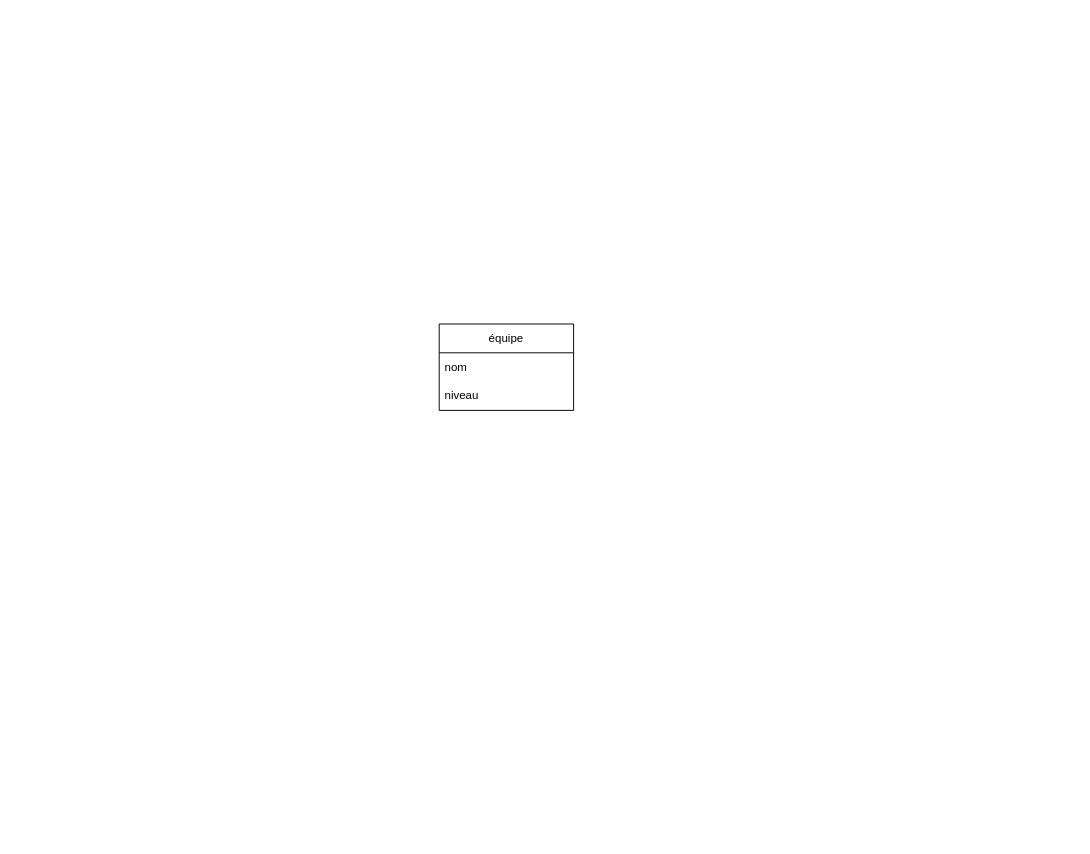
The draw.io diagram MCD_Planar.drawio in Zidane-ETML/P_REMED_APPRO, before the edit. Source tidied: cells renumbered, new cells numbered last; positions are measured from the earlier drawing's top-left corner, leaving out a move shared by most shapes. Both pictures are drawn from the tidied source at 96%, with x=0, y=0 at pixel (439, 324).
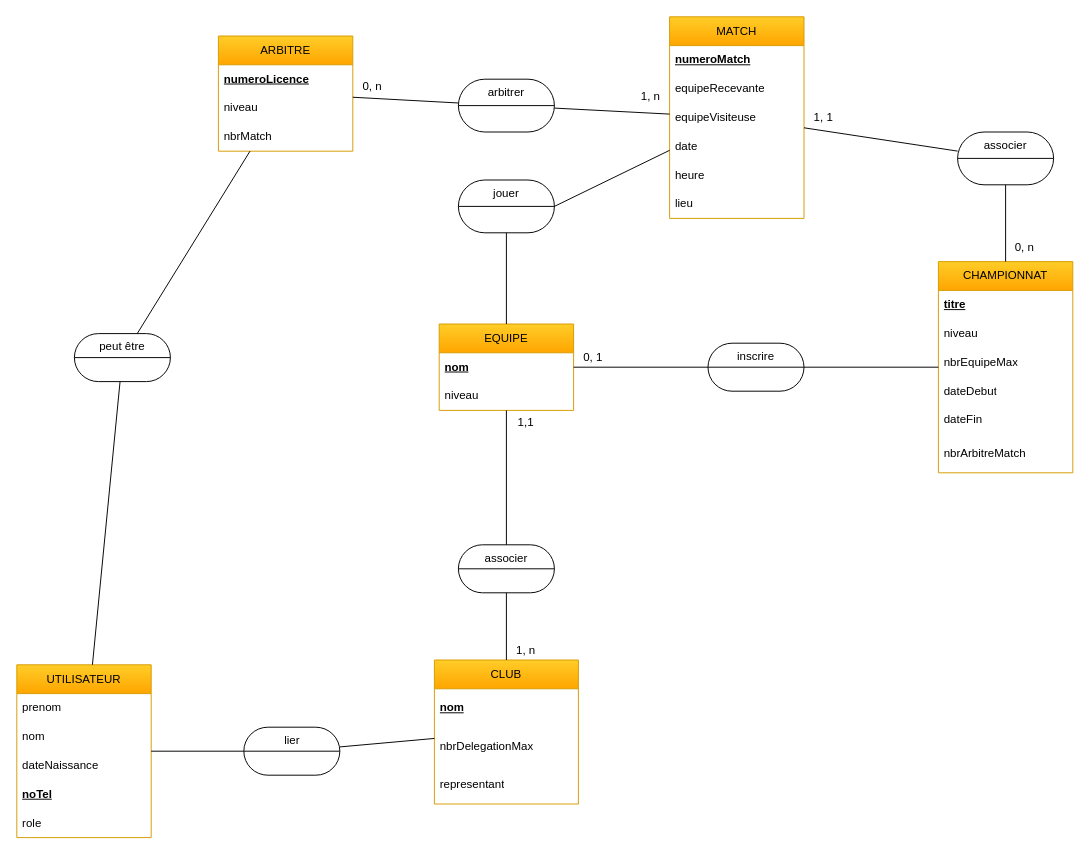
Above is the later version.

What changed in the source:
```diff
@@
-    <mxCell id="2" value="équipe" style="swimlane;fontStyle=0;horizontal=1;startSize=30;whiteSpace=wrap;html=1;" parent="1" vertex="1">
+    <mxCell id="2" value="EQUIPE" style="swimlane;fontStyle=0;horizontal=1;startSize=30;whiteSpace=wrap;html=1;fillColor=#ffcd28;strokeColor=#d79b00;gradientColor=#ffa500;" parent="1" vertex="1">
       <mxGeometry width="140" height="90" as="geometry" />
     </mxCell>
-    <mxCell id="3" value="nom" style="text;strokeColor=none;fillColor=none;align=left;verticalAlign=middle;spacingLeft=4;spacingRight=4;overflow=hidden;whiteSpace=wrap;html=1;" parent="2" vertex="1">
+    <mxCell id="3" value="nom" style="text;strokeColor=none;fillColor=none;align=left;verticalAlign=middle;spacingLeft=4;spacingRight=4;overflow=hidden;whiteSpace=wrap;html=1;fontStyle=5;" parent="2" vertex="1">
       <mxGeometry y="30" width="140" height="30" as="geometry" />
     </mxCell>
@@
+    <mxCell id="5" value="CLUB" style="swimlane;fontStyle=0;horizontal=1;startSize=30;whiteSpace=wrap;html=1;fillColor=#ffcd28;gradientColor=#ffa500;strokeColor=#d79b00;" parent="1" vertex="1">
+      <mxGeometry x="-5" y="350" width="150" height="150" as="geometry" />
+    </mxCell>
+    <mxCell id="6" value="nom" style="text;strokeColor=none;fillColor=none;align=left;verticalAlign=middle;spacingLeft=4;spacingRight=4;overflow=hidden;whiteSpace=wrap;html=1;fontStyle=5;" parent="5" vertex="1">
+      <mxGeometry y="30" width="150" height="40" as="geometry" />
+    </mxCell>
+    <mxCell id="7" value="nbrDelegationMax" style="text;strokeColor=none;fillColor=none;align=left;verticalAlign=middle;spacingLeft=4;spacingRight=4;overflow=hidden;whiteSpace=wrap;html=1;" parent="5" vertex="1">
+      <mxGeometry y="70" width="150" height="40" as="geometry" />
+    </mxCell>
+    <mxCell id="8" value="representant" style="text;strokeColor=none;fillColor=none;align=left;verticalAlign=middle;spacingLeft=4;spacingRight=4;overflow=hidden;whiteSpace=wrap;html=1;" parent="5" vertex="1">
+      <mxGeometry y="110" width="150" height="40" as="geometry" />
+    </mxCell>
+    <mxCell id="9" value="ARBITRE" style="swimlane;fontStyle=0;horizontal=1;startSize=30;whiteSpace=wrap;html=1;fillColor=#ffcd28;gradientColor=#ffa500;strokeColor=#d79b00;" parent="1" vertex="1">
+      <mxGeometry x="-230" y="-300" width="140" height="120" as="geometry" />
+    </mxCell>
+    <mxCell id="10" value="numeroLicence" style="text;strokeColor=none;fillColor=none;align=left;verticalAlign=middle;spacingLeft=4;spacingRight=4;overflow=hidden;whiteSpace=wrap;html=1;fontStyle=5;" parent="9" vertex="1">
+      <mxGeometry y="30" width="140" height="30" as="geometry" />
+    </mxCell>
+    <mxCell id="11" value="niveau" style="text;strokeColor=none;fillColor=none;align=left;verticalAlign=middle;spacingLeft=4;spacingRight=4;overflow=hidden;whiteSpace=wrap;html=1;" parent="9" vertex="1">
+      <mxGeometry y="60" width="140" height="30" as="geometry" />
+    </mxCell>
+    <mxCell id="12" value="nbrMatch" style="text;strokeColor=none;fillColor=none;align=left;verticalAlign=middle;spacingLeft=4;spacingRight=4;overflow=hidden;whiteSpace=wrap;html=1;" parent="9" vertex="1">
+      <mxGeometry y="90" width="140" height="30" as="geometry" />
+    </mxCell>
+    <mxCell id="13" value="UTILISATEUR" style="swimlane;fontStyle=0;horizontal=1;startSize=30;whiteSpace=wrap;html=1;fillColor=#ffcd28;gradientColor=#ffa500;strokeColor=#d79b00;" parent="1" vertex="1">
+      <mxGeometry x="-440" y="355" width="140" height="180" as="geometry" />
+    </mxCell>
+    <mxCell id="14" value="prenom" style="text;strokeColor=none;fillColor=none;align=left;verticalAlign=middle;spacingLeft=4;spacingRight=4;overflow=hidden;whiteSpace=wrap;html=1;fontStyle=0;" parent="13" vertex="1">
+      <mxGeometry y="30" width="140" height="30" as="geometry" />
+    </mxCell>
+    <mxCell id="15" value="nom" style="text;strokeColor=none;fillColor=none;align=left;verticalAlign=middle;spacingLeft=4;spacingRight=4;overflow=hidden;whiteSpace=wrap;html=1;fontStyle=0;" parent="13" vertex="1">
+      <mxGeometry y="60" width="140" height="30" as="geometry" />
+    </mxCell>
+    <mxCell id="16" value="dateNaissance" style="text;strokeColor=none;fillColor=none;align=left;verticalAlign=middle;spacingLeft=4;spacingRight=4;overflow=hidden;whiteSpace=wrap;html=1;fontStyle=0;" parent="13" vertex="1">
+      <mxGeometry y="90" width="140" height="30" as="geometry" />
+    </mxCell>
+    <mxCell id="17" value="noTel" style="text;strokeColor=none;fillColor=none;align=left;verticalAlign=middle;spacingLeft=4;spacingRight=4;overflow=hidden;whiteSpace=wrap;html=1;fontStyle=5;" parent="13" vertex="1">
+      <mxGeometry y="120" width="140" height="30" as="geometry" />
+    </mxCell>
+    <mxCell id="18" value="role" style="text;strokeColor=none;fillColor=none;align=left;verticalAlign=middle;spacingLeft=4;spacingRight=4;overflow=hidden;whiteSpace=wrap;html=1;" parent="13" vertex="1">
+      <mxGeometry y="150" width="140" height="30" as="geometry" />
+    </mxCell>
+    <mxCell id="19" value="CHAMPIONNAT" style="swimlane;fontStyle=0;horizontal=1;startSize=30;whiteSpace=wrap;html=1;fillColor=#ffcd28;strokeColor=#d79b00;gradientColor=#ffa500;" parent="1" vertex="1">
+      <mxGeometry x="520" y="-65" width="140" height="220" as="geometry" />
+    </mxCell>
+    <mxCell id="20" value="titre" style="text;strokeColor=none;fillColor=none;align=left;verticalAlign=middle;spacingLeft=4;spacingRight=4;overflow=hidden;whiteSpace=wrap;html=1;fontStyle=5;" parent="19" vertex="1">
+      <mxGeometry y="30" width="140" height="30" as="geometry" />
+    </mxCell>
+    <mxCell id="21" value="niveau" style="text;strokeColor=none;fillColor=none;align=left;verticalAlign=middle;spacingLeft=4;spacingRight=4;overflow=hidden;whiteSpace=wrap;html=1;" parent="19" vertex="1">
+      <mxGeometry y="60" width="140" height="30" as="geometry" />
+    </mxCell>
+    <mxCell id="22" value="nbrEquipeMax" style="text;strokeColor=none;fillColor=none;align=left;verticalAlign=middle;spacingLeft=4;spacingRight=4;overflow=hidden;whiteSpace=wrap;html=1;" parent="19" vertex="1">
+      <mxGeometry y="90" width="140" height="30" as="geometry" />
+    </mxCell>
+    <mxCell id="23" value="dateDebut" style="text;strokeColor=none;fillColor=none;align=left;verticalAlign=middle;spacingLeft=4;spacingRight=4;overflow=hidden;whiteSpace=wrap;html=1;" parent="19" vertex="1">
+      <mxGeometry y="120" width="140" height="30" as="geometry" />
+    </mxCell>
+    <mxCell id="24" value="dateFin" style="text;strokeColor=none;fillColor=none;align=left;verticalAlign=middle;spacingLeft=4;spacingRight=4;overflow=hidden;whiteSpace=wrap;html=1;" parent="19" vertex="1">
+      <mxGeometry y="150" width="140" height="30" as="geometry" />
+    </mxCell>
+    <mxCell id="25" value="nbrArbitreMatch" style="text;strokeColor=none;fillColor=none;align=left;verticalAlign=middle;spacingLeft=4;spacingRight=4;overflow=hidden;whiteSpace=wrap;html=1;" parent="19" vertex="1">
+      <mxGeometry y="180" width="140" height="40" as="geometry" />
+    </mxCell>
+    <mxCell id="26" value="MATCH" style="swimlane;fontStyle=0;horizontal=1;startSize=30;whiteSpace=wrap;html=1;fillColor=#ffcd28;gradientColor=#ffa500;strokeColor=#d79b00;" parent="1" vertex="1">
+      <mxGeometry x="240" y="-320" width="140" height="210" as="geometry" />
+    </mxCell>
+    <mxCell id="27" value="numeroMatch" style="text;strokeColor=none;fillColor=none;align=left;verticalAlign=middle;spacingLeft=4;spacingRight=4;overflow=hidden;whiteSpace=wrap;html=1;fontStyle=5;" parent="26" vertex="1">
+      <mxGeometry y="30" width="140" height="30" as="geometry" />
+    </mxCell>
+    <mxCell id="28" value="equipeRecevante" style="text;strokeColor=none;fillColor=none;align=left;verticalAlign=middle;spacingLeft=4;spacingRight=4;overflow=hidden;whiteSpace=wrap;html=1;" parent="26" vertex="1">
+      <mxGeometry y="60" width="140" height="30" as="geometry" />
+    </mxCell>
+    <mxCell id="29" value="equipeVisiteuse" style="text;strokeColor=none;fillColor=none;align=left;verticalAlign=middle;spacingLeft=4;spacingRight=4;overflow=hidden;whiteSpace=wrap;html=1;" parent="26" vertex="1">
+      <mxGeometry y="90" width="140" height="30" as="geometry" />
+    </mxCell>
+    <mxCell id="30" value="date" style="text;strokeColor=none;fillColor=none;align=left;verticalAlign=middle;spacingLeft=4;spacingRight=4;overflow=hidden;whiteSpace=wrap;html=1;" parent="26" vertex="1">
+      <mxGeometry y="120" width="140" height="30" as="geometry" />
+    </mxCell>
+    <mxCell id="31" value="heure" style="text;strokeColor=none;fillColor=none;align=left;verticalAlign=middle;spacingLeft=4;spacingRight=4;overflow=hidden;whiteSpace=wrap;html=1;" parent="26" vertex="1">
+      <mxGeometry y="150" width="140" height="30" as="geometry" />
+    </mxCell>
+    <mxCell id="32" value="lieu" style="text;strokeColor=none;fillColor=none;align=left;verticalAlign=middle;spacingLeft=4;spacingRight=4;overflow=hidden;whiteSpace=wrap;html=1;" parent="26" vertex="1">
+      <mxGeometry y="180" width="140" height="30" as="geometry" />
+    </mxCell>
+    <mxCell id="33" value="associer" style="rounded=1;whiteSpace=wrap;html=1;arcSize=50;labelPosition=center;verticalLabelPosition=middle;align=center;verticalAlign=top;" parent="1" vertex="1">
+      <mxGeometry x="20" y="230" width="100" height="50" as="geometry" />
+    </mxCell>
+    <mxCell id="34" style="endArrow=none;html=1;rounded=0;" parent="1" edge="1" source="33" target="2">
+      <mxGeometry relative="1" as="geometry" />
+    </mxCell>
+    <mxCell id="35" style="endArrow=none;html=1;rounded=0;" parent="1" edge="1" target="33">
+      <mxGeometry relative="1" as="geometry">
+        <mxPoint x="70" y="350" as="sourcePoint" />
+      </mxGeometry>
+    </mxCell>
+    <mxCell id="36" style="endArrow=none;html=1;rounded=0;exitX=0;exitY=0.5;exitDx=0;exitDy=0;entryX=1;entryY=0.5;entryDx=0;entryDy=0;" parent="1" edge="1" source="33" target="33">
+      <mxGeometry relative="1" as="geometry" />
+    </mxCell>
+    <mxCell id="37" value="lier" style="rounded=1;whiteSpace=wrap;html=1;arcSize=50;labelPosition=center;verticalLabelPosition=middle;align=center;verticalAlign=top;" parent="1" vertex="1">
+      <mxGeometry x="-203.5" y="420" width="100" height="50" as="geometry" />
+    </mxCell>
+    <mxCell id="38" style="endArrow=none;html=1;rounded=0;exitX=0;exitY=0.5;exitDx=0;exitDy=0;entryX=1;entryY=0.5;entryDx=0;entryDy=0;" parent="1" edge="1" source="37" target="37">
+      <mxGeometry relative="1" as="geometry" />
+    </mxCell>
+    <mxCell id="39" style="endArrow=none;html=1;rounded=0;" parent="1" edge="1" source="13" target="37">
+      <mxGeometry relative="1" as="geometry" />
+    </mxCell>
+    <mxCell id="40" style="endArrow=none;html=1;rounded=0;" parent="1" edge="1" source="37" target="5">
+      <mxGeometry relative="1" as="geometry" />
+    </mxCell>
+    <mxCell id="41" value="inscrire" style="rounded=1;whiteSpace=wrap;html=1;arcSize=50;labelPosition=center;verticalLabelPosition=middle;align=center;verticalAlign=top;" parent="1" vertex="1">
+      <mxGeometry x="280" y="20" width="100" height="50" as="geometry" />
+    </mxCell>
+    <mxCell id="42" style="endArrow=none;html=1;rounded=0;exitX=0;exitY=0.5;exitDx=0;exitDy=0;entryX=1;entryY=0.5;entryDx=0;entryDy=0;" parent="1" edge="1" source="41" target="41">
+      <mxGeometry relative="1" as="geometry" />
+    </mxCell>
+    <mxCell id="43" style="endArrow=none;html=1;rounded=0;" parent="1" edge="1" source="2" target="41">
+      <mxGeometry relative="1" as="geometry" />
+    </mxCell>
+    <mxCell id="44" style="endArrow=none;html=1;rounded=0;" parent="1" edge="1" source="41" target="19">
+      <mxGeometry relative="1" as="geometry" />
+    </mxCell>
+    <mxCell id="45" style="endArrow=none;html=1;rounded=0;" parent="1" edge="1" source="9" target="46">
+      <mxGeometry relative="1" as="geometry" />
+    </mxCell>
+    <mxCell id="46" value="arbitrer" style="rounded=1;whiteSpace=wrap;html=1;arcSize=50;verticalAlign=top;" parent="1" vertex="1">
+      <mxGeometry x="20" y="-255" width="100" height="55" as="geometry" />
+    </mxCell>
+    <mxCell id="47" style="endArrow=none;html=1;rounded=0;" parent="1" edge="1" source="46" target="26">
+      <mxGeometry relative="1" as="geometry" />
+    </mxCell>
+    <mxCell id="48" style="endArrow=none;html=1;rounded=0;entryX=1;entryY=0.5;entryDx=0;entryDy=0;exitX=0;exitY=0.5;exitDx=0;exitDy=0;" parent="1" edge="1" source="46" target="46">
+      <mxGeometry relative="1" as="geometry" />
+    </mxCell>
+    <mxCell id="49" value="associer" style="rounded=1;whiteSpace=wrap;html=1;arcSize=50;verticalAlign=top;" parent="1" vertex="1">
+      <mxGeometry x="540" y="-200" width="100" height="55" as="geometry" />
+    </mxCell>
+    <mxCell id="50" style="endArrow=none;html=1;rounded=0;entryX=1;entryY=0.5;entryDx=0;entryDy=0;exitX=0;exitY=0.5;exitDx=0;exitDy=0;" parent="1" edge="1" source="49" target="49">
+      <mxGeometry relative="1" as="geometry" />
+    </mxCell>
+    <mxCell id="51" style="endArrow=none;html=1;rounded=0;" parent="1" edge="1" source="49" target="26">
+      <mxGeometry relative="1" as="geometry" />
+    </mxCell>
+    <mxCell id="52" value="jouer" style="rounded=1;whiteSpace=wrap;html=1;arcSize=50;verticalAlign=top;" parent="1" vertex="1">
+      <mxGeometry x="20" y="-150" width="100" height="55" as="geometry" />
+    </mxCell>
+    <mxCell id="53" style="endArrow=none;html=1;rounded=0;entryX=1;entryY=0.5;entryDx=0;entryDy=0;exitX=0;exitY=0.5;exitDx=0;exitDy=0;" parent="1" edge="1" source="52" target="52">
+      <mxGeometry relative="1" as="geometry" />
+    </mxCell>
+    <mxCell id="54" value="0, 1" style="text;html=1;align=center;verticalAlign=middle;strokeColor=none;fillColor=none;" parent="1" vertex="1">
+      <mxGeometry x="140" y="20" width="40" height="30" as="geometry" />
+    </mxCell>
+    <mxCell id="55" value="1, 1" style="text;html=1;align=center;verticalAlign=middle;strokeColor=none;fillColor=none;" parent="1" vertex="1">
+      <mxGeometry x="380" y="-230" width="40" height="30" as="geometry" />
+    </mxCell>
+    <mxCell id="56" style="endArrow=none;html=1;rounded=0;" parent="1" edge="1" source="49" target="19">
+      <mxGeometry relative="1" as="geometry" />
+    </mxCell>
+    <mxCell id="57" value="0, n" style="text;html=1;align=center;verticalAlign=middle;whiteSpace=wrap;rounded=0;" parent="1" vertex="1">
+      <mxGeometry x="580" y="-95" width="60" height="30" as="geometry" />
+    </mxCell>
+    <mxCell id="58" value="0, n" style="text;html=1;align=center;verticalAlign=middle;strokeColor=none;fillColor=none;" parent="1" vertex="1">
+      <mxGeometry x="-90" y="-262" width="40" height="30" as="geometry" />
+    </mxCell>
+    <mxCell id="59" value="1, n" style="text;html=1;align=center;verticalAlign=middle;strokeColor=none;fillColor=none;" parent="1" vertex="1">
+      <mxGeometry x="200" y="-252" width="40" height="30" as="geometry" />
+    </mxCell>
+    <mxCell id="60" value="1,1" style="text;html=1;align=center;verticalAlign=middle;strokeColor=none;fillColor=none;" parent="1" vertex="1">
+      <mxGeometry x="70" y="88" width="40" height="30" as="geometry" />
+    </mxCell>
+    <mxCell id="61" value="1, n" style="text;html=1;align=center;verticalAlign=middle;strokeColor=none;fillColor=none;" parent="1" vertex="1">
+      <mxGeometry x="70" y="325" width="40" height="30" as="geometry" />
+    </mxCell>
+    <mxCell id="62" style="endArrow=none;html=1;rounded=0;" parent="1" edge="1" source="2" target="52">
+      <mxGeometry relative="1" as="geometry" />
+    </mxCell>
+    <mxCell id="63" style="endArrow=none;html=1;rounded=0;exitX=1;exitY=0.5;exitDx=0;exitDy=0;" parent="1" edge="1" source="52" target="26">
+      <mxGeometry relative="1" as="geometry" />
+    </mxCell>
+    <mxCell id="64" value="peut être" style="rounded=1;whiteSpace=wrap;html=1;arcSize=50;labelPosition=center;verticalLabelPosition=middle;align=center;verticalAlign=top;" parent="1" vertex="1">
+      <mxGeometry x="-380" y="10" width="100" height="50" as="geometry" />
+    </mxCell>
+    <mxCell id="65" style="endArrow=none;html=1;rounded=0;exitX=0;exitY=0.5;exitDx=0;exitDy=0;entryX=1;entryY=0.5;entryDx=0;entryDy=0;" parent="1" edge="1" source="64" target="64">
+      <mxGeometry relative="1" as="geometry" />
+    </mxCell>
+    <mxCell id="66" style="endArrow=none;html=1;rounded=0;" parent="1" edge="1" source="64" target="9">
+      <mxGeometry relative="1" as="geometry" />
+    </mxCell>
+    <mxCell id="67" style="endArrow=none;html=1;rounded=0;" parent="1" edge="1" source="13" target="64">
+      <mxGeometry relative="1" as="geometry" />
+    </mxCell>
```
